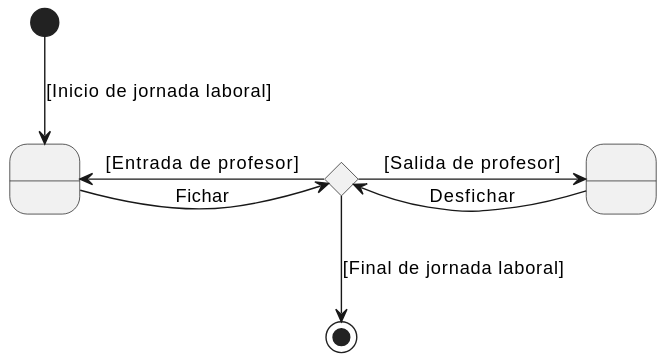
Earlier version of the PlantUML export imagenes/modelosUML/modeloDelDominio/diagramaEstados/diagramaEstados.svg (mmasias/23-24-IdSw1-SDR).
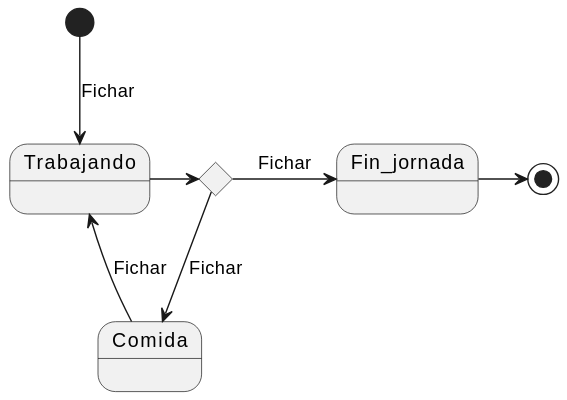
After the change.

What changed in the source:
```diff
@@ -1,19 +1,20 @@
 @startuml
-state Fichar as " "
-state NoFichar as " "
+state Trabajando
+state Comida
+state Fin_jornada
 
-[*] --> Fichar : [Inicio de jornada laboral]
+[*] -->  Trabajando : Fichar
 
 
-state Turno <<choice>>
+state Decision <<choice>>
 
-Fichar -r-> Turno : Fichar
+Trabajando -r-> Decision
 
-Turno -r-> NoFichar : [Salida de profesor]
+Decision -d-> Comida : Fichar
 
-NoFichar -l-> Turno : Desfichar
+Decision -r-> Fin_jornada : Fichar
 
-Turno -l-> Fichar : [Entrada de profesor]
+Fin_jornada -r-> [*]
 
-Turno -d-> [*] : [Final de jornada laboral]
+Comida -r-> Trabajando : Fichar
 @enduml
```
